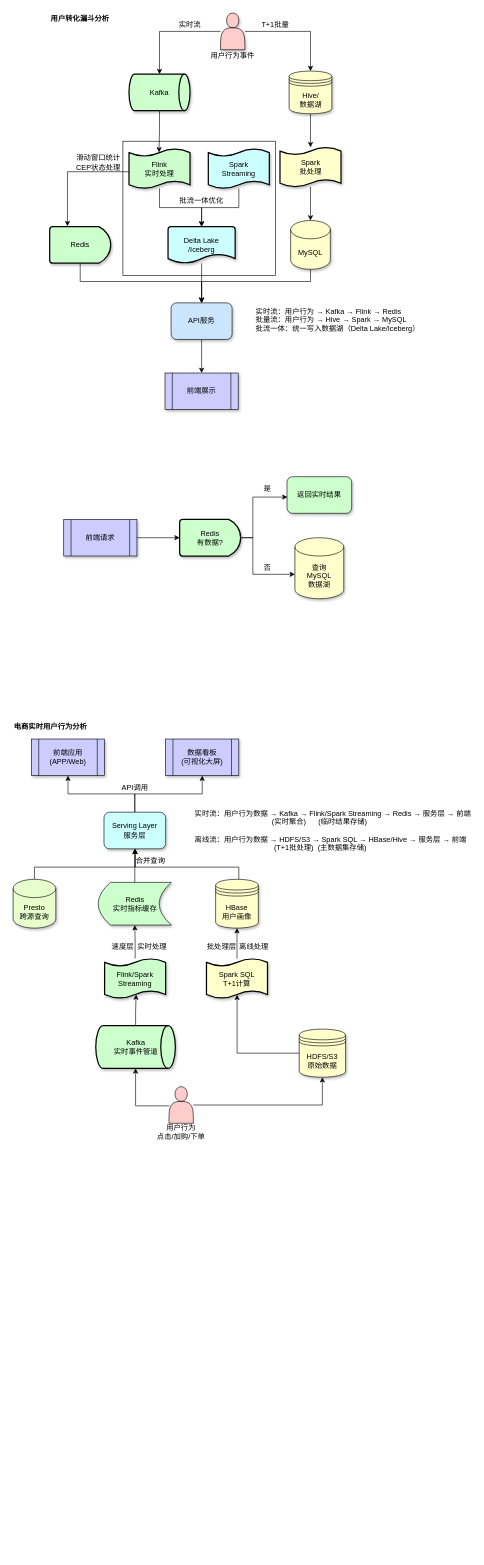
This is achitecture_diagram/大数据-Lambda分层架构.drawio from abigalexy/online_drawing, a draw.io file, before an edit. Source tidied: cells renumbered, new cells numbered last; positions are measured from the earlier drawing's top-left corner, leaving out a move shared by most shapes. Both pictures are drawn from the tidied source at 61%, with x=0, y=0 at pixel (13, 13).
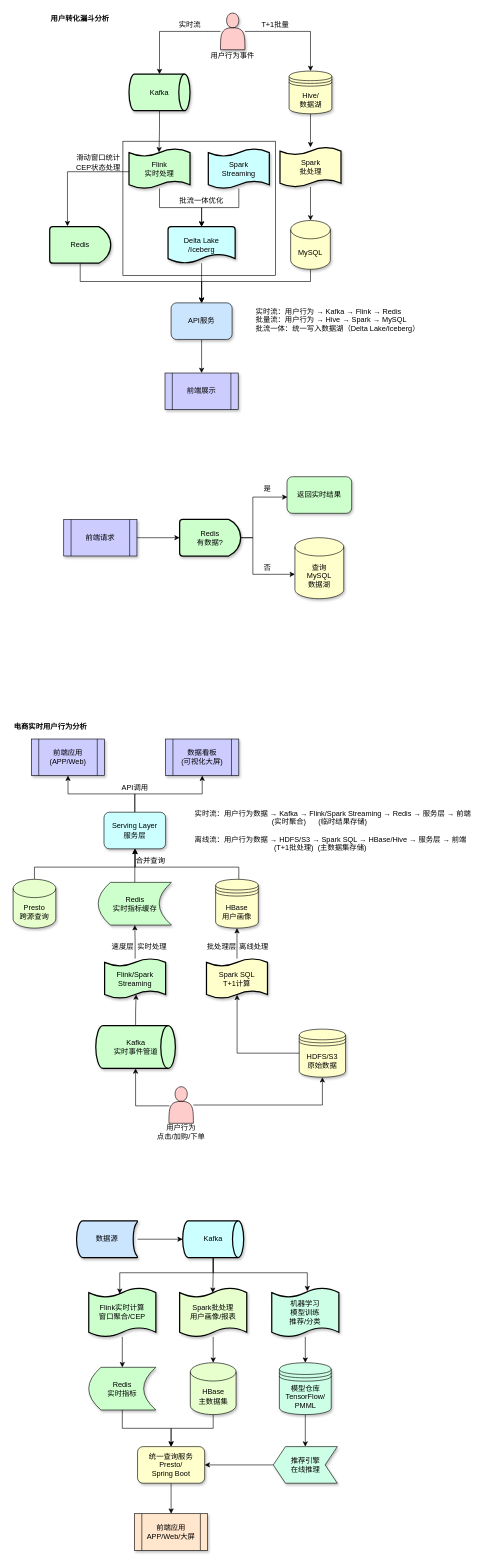
Above is the later version.

Commit message (it also covers changes not shown here):
更新大数据-Lambda分层架构.drawio

Diff of the diagram source:
```diff
@@
+    <mxCell id="76" style="group;" parent="1" vertex="1">
+      <mxGeometry x="104" y="1980" width="430" height="540" as="geometry" />
+    </mxCell>
+    <mxCell id="77" value="Kafka" style="strokeWidth=2;html=1;shape=mxgraph.flowchart.direct_data;whiteSpace=wrap;fillColor=#CCFFFF;shadow=1;" parent="76" vertex="1">
+      <mxGeometry x="174" width="100" height="60" as="geometry" />
+    </mxCell>
+    <mxCell id="78" value="&lt;span style=&quot;text-wrap: nowrap;&quot;&gt;数据源&lt;/span&gt;" style="strokeWidth=2;html=1;shape=mxgraph.flowchart.stored_data;whiteSpace=wrap;fillColor=#CCE5FF;shadow=1;" parent="76" vertex="1">
+      <mxGeometry width="100" height="60" as="geometry" />
+    </mxCell>
+    <mxCell id="79" style="edgeStyle=orthogonalEdgeStyle;rounded=0;jettySize=auto;html=1;entryX=0.5;entryY=0;entryDx=0;entryDy=0;" parent="76" edge="1" source="80" target="85">
+      <mxGeometry relative="1" as="geometry" />
+    </mxCell>
+    <mxCell id="80" value="Flink实时计算&lt;br&gt;窗口聚合/CEP" style="shape=tape;whiteSpace=wrap;html=1;strokeWidth=2;size=0.19;fillColor=#CCFFCC;shadow=1;" parent="76" vertex="1">
+      <mxGeometry x="20" y="110" width="110" height="80" as="geometry" />
+    </mxCell>
+    <mxCell id="81" value="Spark批处理&lt;br&gt;用户画像/报表" style="shape=tape;whiteSpace=wrap;html=1;strokeWidth=2;size=0.19;fillColor=#E6FFCC;shadow=1;" parent="76" vertex="1">
+      <mxGeometry x="169" y="110" width="110" height="80" as="geometry" />
+    </mxCell>
+    <mxCell id="82" style="edgeStyle=orthogonalEdgeStyle;rounded=0;jettySize=auto;html=1;entryX=0.5;entryY=0;entryDx=0;entryDy=0;" parent="76" edge="1" source="83" target="89">
+      <mxGeometry relative="1" as="geometry" />
+    </mxCell>
+    <mxCell id="83" value="机器学习&lt;br&gt;模型训练&lt;br&gt;推荐/分类" style="shape=tape;whiteSpace=wrap;html=1;strokeWidth=2;size=0.19;fillColor=#CCFFE6;shadow=1;" parent="76" vertex="1">
+      <mxGeometry x="320" y="110" width="110" height="80" as="geometry" />
+    </mxCell>
+    <mxCell id="84" style="edgeStyle=orthogonalEdgeStyle;rounded=0;jettySize=auto;html=1;entryX=0.5;entryY=0;entryDx=0;entryDy=0;" parent="76" edge="1" source="85" target="91">
+      <mxGeometry relative="1" as="geometry">
+        <Array as="points">
+          <mxPoint x="75" y="340" />
+          <mxPoint x="155" y="340" />
+        </Array>
+      </mxGeometry>
+    </mxCell>
+    <mxCell id="85" value="Redis&lt;br&gt;实时指标" style="shape=dataStorage;whiteSpace=wrap;html=1;fixedSize=1;fillColor=#CCFFCC;shadow=1;" parent="76" vertex="1">
+      <mxGeometry x="20" y="240" width="110" height="70" as="geometry" />
+    </mxCell>
+    <mxCell id="86" style="edgeStyle=orthogonalEdgeStyle;rounded=0;jettySize=auto;html=1;entryX=0.5;entryY=0;entryDx=0;entryDy=0;" parent="76" edge="1" source="87" target="91">
+      <mxGeometry relative="1" as="geometry">
+        <Array as="points">
+          <mxPoint x="224" y="340" />
+          <mxPoint x="155" y="340" />
+        </Array>
+      </mxGeometry>
+    </mxCell>
+    <mxCell id="87" value="HBase&lt;br&gt;主数据集" style="shape=cylinder3;whiteSpace=wrap;html=1;boundedLbl=1;backgroundOutline=1;size=15;fillColor=#E6FFCC;shadow=1;" parent="76" vertex="1">
+      <mxGeometry x="186.5" y="232.5" width="75" height="85" as="geometry" />
+    </mxCell>
+    <mxCell id="88" style="edgeStyle=orthogonalEdgeStyle;rounded=0;jettySize=auto;html=1;entryX=0.5;entryY=1;entryDx=0;entryDy=0;" parent="76" edge="1" source="89" target="93">
+      <mxGeometry relative="1" as="geometry" />
+    </mxCell>
+    <mxCell id="89" value="模型仓库&lt;br&gt;TensorFlow/&lt;br&gt;PMML" style="shape=datastore;whiteSpace=wrap;html=1;fillColor=#CCFFE6;shadow=1;" parent="76" vertex="1">
+      <mxGeometry x="332.5" y="232.5" width="85" height="85" as="geometry" />
+    </mxCell>
+    <mxCell id="90" style="edgeStyle=orthogonalEdgeStyle;rounded=0;jettySize=auto;html=1;entryX=0.5;entryY=0;entryDx=0;entryDy=0;" parent="76" edge="1" source="91" target="94">
+      <mxGeometry relative="1" as="geometry" />
+    </mxCell>
+    <mxCell id="91" value="统一查询服务&lt;br&gt;Presto/&lt;br&gt;Spring Boot" style="rounded=1;whiteSpace=wrap;html=1;fillColor=#FFFFCC;shadow=1;" parent="76" vertex="1">
+      <mxGeometry x="100" y="370" width="110" height="60" as="geometry" />
+    </mxCell>
+    <mxCell id="92" style="edgeStyle=orthogonalEdgeStyle;rounded=0;jettySize=auto;html=1;exitX=1;exitY=0.5;exitDx=0;exitDy=0;" parent="76" edge="1" source="93" target="91">
+      <mxGeometry relative="1" as="geometry" />
+    </mxCell>
+    <mxCell id="93" value="推荐引擎&lt;br&gt;在线推理" style="shape=step;perimeter=stepPerimeter;whiteSpace=wrap;html=1;fixedSize=1;direction=west;fillColor=#CCFFE6;shadow=1;" parent="76" vertex="1">
+      <mxGeometry x="322.5" y="370" width="105" height="60" as="geometry" />
+    </mxCell>
+    <mxCell id="94" value="前端应用&lt;br&gt;APP/Web/大屏" style="shape=process;whiteSpace=wrap;html=1;backgroundOutline=1;fillColor=#FFE6CC;shadow=1;" parent="76" vertex="1">
+      <mxGeometry x="95" y="480" width="120" height="60" as="geometry" />
+    </mxCell>
+    <mxCell id="95" style="edgeStyle=orthogonalEdgeStyle;rounded=0;jettySize=auto;html=1;entryX=0;entryY=0.5;entryDx=0;entryDy=0;entryPerimeter=0;" parent="76" edge="1" source="78" target="77">
+      <mxGeometry relative="1" as="geometry" />
+    </mxCell>
+    <mxCell id="96" style="edgeStyle=orthogonalEdgeStyle;rounded=0;jettySize=auto;html=1;entryX=0.493;entryY=0.099;entryDx=0;entryDy=0;entryPerimeter=0;" parent="76" edge="1" source="77" target="81">
+      <mxGeometry relative="1" as="geometry" />
+    </mxCell>
+    <mxCell id="97" style="edgeStyle=orthogonalEdgeStyle;rounded=0;jettySize=auto;html=1;entryX=0.462;entryY=0.12;entryDx=0;entryDy=0;entryPerimeter=0;exitX=0.5;exitY=1;exitDx=0;exitDy=0;exitPerimeter=0;" parent="76" edge="1" source="77" target="80">
+      <mxGeometry relative="1" as="geometry" />
+    </mxCell>
+    <mxCell id="98" style="edgeStyle=orthogonalEdgeStyle;rounded=0;jettySize=auto;html=1;entryX=0.53;entryY=0.065;entryDx=0;entryDy=0;entryPerimeter=0;exitX=0.5;exitY=1;exitDx=0;exitDy=0;exitPerimeter=0;" parent="76" edge="1" source="77" target="83">
+      <mxGeometry relative="1" as="geometry" />
+    </mxCell>
+    <mxCell id="99" style="edgeStyle=orthogonalEdgeStyle;rounded=0;jettySize=auto;html=1;entryX=0.5;entryY=0;entryDx=0;entryDy=0;entryPerimeter=0;" parent="76" edge="1" source="81" target="87">
+      <mxGeometry relative="1" as="geometry" />
+    </mxCell>
```
